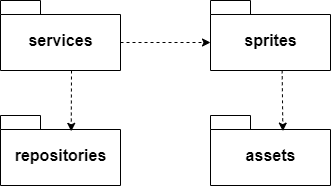
NooraKemp/ot-harjoitustyo keeps this draw.io diagram as dokumentaatio/kuvat/pakkauskaavio.png. Above is the earlier version. Source tidied: cells renumbered, new cells last; positions are measured from the earlier drawing's top-left corner, leaving out a move shared by most shapes.
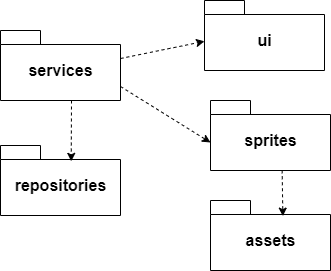
The same file after the commit.

Change to the diagram source:
```diff
@@ -6,25 +6,16 @@
       <mxGeometry width="120" height="70" as="geometry" />
     </mxCell>
     <mxCell id="3" value="&lt;font style=&quot;font-size: 16px&quot;&gt;sprites&lt;/font&gt;" style="shape=folder;fontStyle=1;spacingTop=10;tabWidth=40;tabHeight=14;tabPosition=left;html=1;" parent="1" vertex="1">
-      <mxGeometry x="210" width="120" height="70" as="geometry" />
+      <mxGeometry x="210" y="70" width="120" height="70" as="geometry" />
     </mxCell>
     <mxCell id="4" value="&lt;font style=&quot;font-size: 16px&quot;&gt;assets&lt;/font&gt;" style="shape=folder;fontStyle=1;spacingTop=10;tabWidth=40;tabHeight=14;tabPosition=left;html=1;" parent="1" vertex="1">
-      <mxGeometry x="210" y="115" width="120" height="70" as="geometry" />
+      <mxGeometry x="210" y="170" width="120" height="70" as="geometry" />
     </mxCell>
-    <mxCell id="5" style="endArrow=classic;html=1;rounded=0;fontSize=16;dashed=1;entryX=0;entryY=0;entryDx=0;entryDy=42;entryPerimeter=0;exitX=0;exitY=0;exitDx=120;exitDy=42;exitPerimeter=0;" parent="1" edge="1" source="2" target="3">
-      <mxGeometry relative="1" as="geometry">
-        <Array as="points">
-          <mxPoint x="130" y="42" />
-          <mxPoint x="160" y="42" />
-        </Array>
-      </mxGeometry>
+    <mxCell id="5" style="endArrow=classic;html=1;rounded=0;fontSize=16;dashed=1;entryX=0;entryY=0;entryDx=0;entryDy=42;entryPerimeter=0;exitX=0;exitY=0;exitDx=120;exitDy=56;exitPerimeter=0;" parent="1" edge="1" source="2" target="3">
+      <mxGeometry relative="1" as="geometry" />
     </mxCell>
     <mxCell id="6" style="endArrow=classic;html=1;rounded=0;dashed=1;fontSize=16;exitX=0.597;exitY=0.997;exitDx=0;exitDy=0;exitPerimeter=0;entryX=0.603;entryY=0.223;entryDx=0;entryDy=0;entryPerimeter=0;" parent="1" edge="1" source="3" target="4">
-      <mxGeometry relative="1" as="geometry">
-        <Array as="points">
-          <mxPoint x="282" y="100" />
-        </Array>
-      </mxGeometry>
+      <mxGeometry relative="1" as="geometry" />
     </mxCell>
     <mxCell id="7" value="&lt;font style=&quot;font-size: 16px&quot;&gt;repositories&lt;/font&gt;" style="shape=folder;fontStyle=1;spacingTop=10;tabWidth=40;tabHeight=14;tabPosition=left;html=1;" parent="1" vertex="1">
       <mxGeometry y="115" width="120" height="70" as="geometry" />
@@ -35,5 +26,13 @@
         <mxPoint x="70.7" y="130.8" as="targetPoint" />
       </mxGeometry>
     </mxCell>
+    <mxCell id="9" value="&lt;font style=&quot;font-size: 16px&quot;&gt;ui&lt;/font&gt;" style="shape=folder;fontStyle=1;spacingTop=10;tabWidth=40;tabHeight=14;tabPosition=left;html=1;" parent="1" vertex="1">
+      <mxGeometry x="204" y="-30" width="120" height="70" as="geometry" />
+    </mxCell>
+    <mxCell id="10" style="endArrow=classic;html=1;rounded=0;dashed=1;fontSize=16;entryX=0.603;entryY=0.223;entryDx=0;entryDy=0;entryPerimeter=0;exitX=0;exitY=0;exitDx=120;exitDy=28;exitPerimeter=0;" parent="1" edge="1" source="2">
+      <mxGeometry relative="1" as="geometry">
+        <mxPoint x="204" y="10.8" as="targetPoint" />
+      </mxGeometry>
+    </mxCell>
   </root>
 </mxGraphModel>
```
